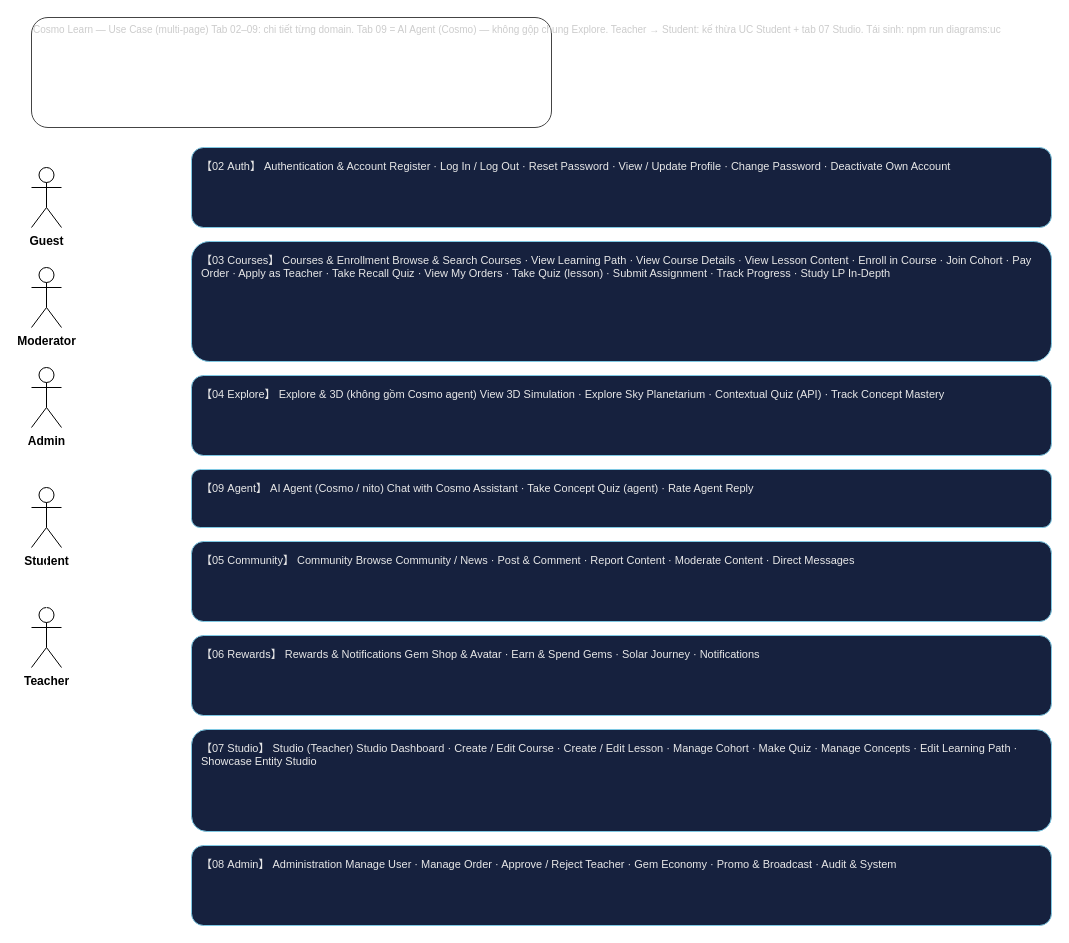
Above: page "01 Overview" (1 of 9) of docs/diagrams/UC-Diagram.drawio in quangg1/ASTRO_EDU (draw.io), before the change. Source tidied: cells renumbered, new cells numbered last; positions are measured from the earlier drawing's top-left corner, leaving out a move shared by most shapes. Both pictures are drawn from the tidied source at 100%, with x=0, y=0 at pixel (31, 17).
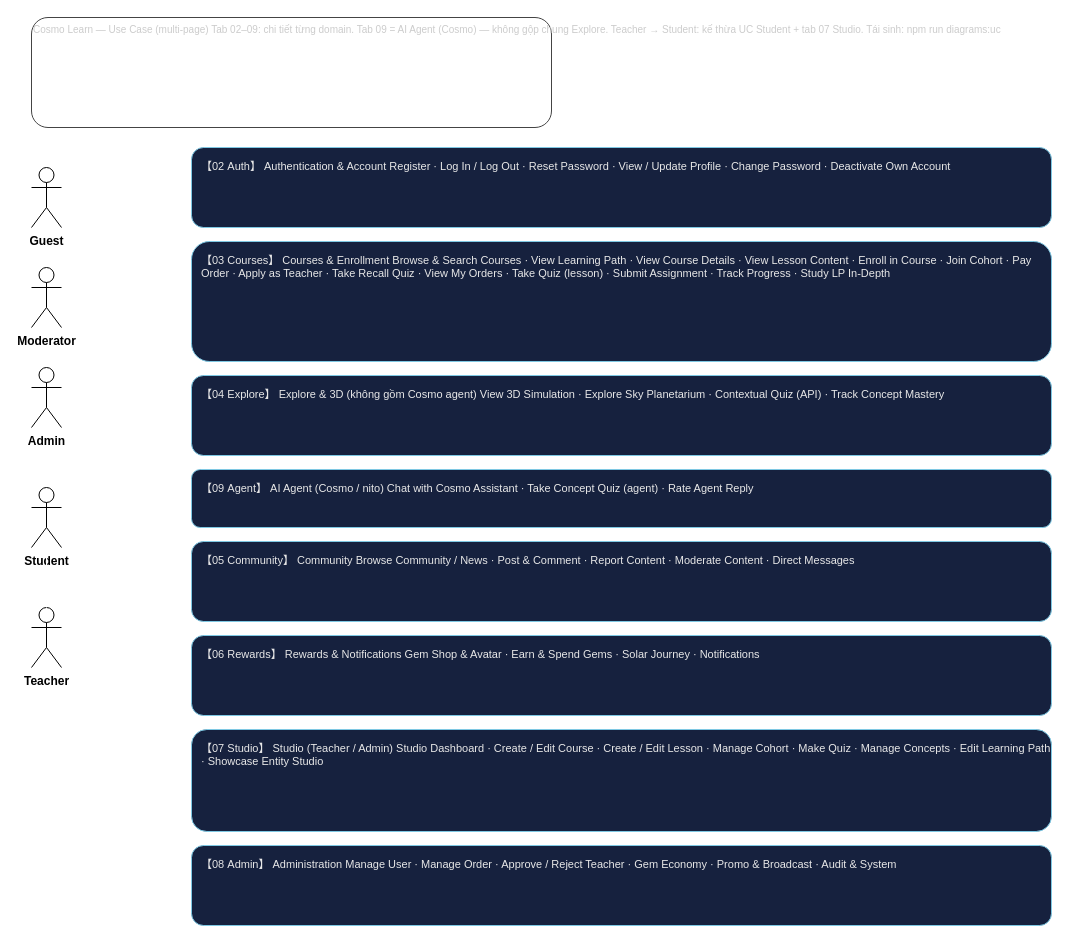
Above is the later version.

Change to the diagram source:
```diff
@@
 <mxGraphModel>
   <root>
     <mxCell id="0" />
     <mxCell id="1" parent="0" />
     <mxCell id="2" value="Cosmo Learn — Use Case (multi-page)  Tab 02–09: chi tiết từng domain. Tab 09 = AI Agent (Cosmo) — không gộp chung Explore. Teacher → Student: kế thừa UC Student + tab 07 Studio.  Tái sinh: npm run diagrams:uc" style="text;html=1;strokeColor=#444;fillColor=none;align=left;verticalAlign=top;fontSize=10;fontColor=#cccccc;rounded=1;" parent="1" vertex="1">
       <mxGeometry width="520" height="110" as="geometry" />
     </mxCell>
     <mxCell id="3" value="Guest" style="shape=umlActor;verticalLabelPosition=bottom;verticalAlign=top;html=1;fontSize=12;fontStyle=1;" parent="1" vertex="1">
       <mxGeometry y="150" width="30" height="60" as="geometry" />
     </mxCell>
     <mxCell id="4" value="Moderator" style="shape=umlActor;verticalLabelPosition=bottom;verticalAlign=top;html=1;fontSize=12;fontStyle=1;" parent="1" vertex="1">
       <mxGeometry y="250" width="30" height="60" as="geometry" />
     </mxCell>
     <mxCell id="5" value="Admin" style="shape=umlActor;verticalLabelPosition=bottom;verticalAlign=top;html=1;fontSize=12;fontStyle=1;" parent="1" vertex="1">
       <mxGeometry y="350" width="30" height="60" as="geometry" />
     </mxCell>
     <mxCell id="6" value="Student" style="shape=umlActor;verticalLabelPosition=bottom;verticalAlign=top;html=1;outlineConnect=0;fontSize=12;fontStyle=1;" parent="1" vertex="1">
       <mxGeometry y="470" width="30" height="60" as="geometry" />
     </mxCell>
     <mxCell id="7" value="Teacher" style="shape=umlActor;verticalLabelPosition=bottom;verticalAlign=top;html=1;outlineConnect=0;fontSize=12;fontStyle=1;" parent="1" vertex="1">
       <mxGeometry y="590" width="30" height="60" as="geometry" />
     </mxCell>
     <mxCell id="8" style="endArrow=block;endFill=0;html=1;edgeStyle=orthogonalEdgeStyle;rounded=0;strokeColor=#ffffff;fontSize=10;" parent="1" edge="1" source="7" target="6">
       <mxGeometry relative="1" as="geometry" />
     </mxCell>
     <mxCell id="9" value="【02 Auth】 Authentication &amp; Account Register · Log In / Log Out · Reset Password · View / Update Profile · Change Password · Deactivate Own Account" style="rounded=1;whiteSpace=wrap;html=1;fontSize=11;align=left;verticalAlign=top;fillColor=#16213e;fontColor=#e8e8e8;strokeColor=#7ec8e3;spacingLeft=8;spacingTop=6;" parent="1" vertex="1">
       <mxGeometry x="160" y="130" width="860" height="80" as="geometry" />
     </mxCell>
     <mxCell id="10" value="【03 Courses】 Courses &amp; Enrollment Browse &amp; Search Courses · View Learning Path · View Course Details · View Lesson Content · Enroll in Course · Join Cohort · Pay Order · Apply as Teacher · Take Recall Quiz · View My Orders · Take Quiz (lesson) · Submit Assignment · Track Progress · Study LP In-Depth" style="rounded=1;whiteSpace=wrap;html=1;fontSize=11;align=left;verticalAlign=top;fillColor=#16213e;fontColor=#e8e8e8;strokeColor=#7ec8e3;spacingLeft=8;spacingTop=6;" parent="1" vertex="1">
       <mxGeometry x="160" y="224" width="860" height="120" as="geometry" />
     </mxCell>
     <mxCell id="11" value="【04 Explore】 Explore &amp; 3D (không gồm Cosmo agent) View 3D Simulation · Explore Sky Planetarium · Contextual Quiz (API) · Track Concept Mastery" style="rounded=1;whiteSpace=wrap;html=1;fontSize=11;align=left;verticalAlign=top;fillColor=#16213e;fontColor=#e8e8e8;strokeColor=#7ec8e3;spacingLeft=8;spacingTop=6;" parent="1" vertex="1">
       <mxGeometry x="160" y="358" width="860" height="80" as="geometry" />
     </mxCell>
     <mxCell id="12" value="【09 Agent】 AI Agent (Cosmo / nito) Chat with Cosmo Assistant · Take Concept Quiz (agent) · Rate Agent Reply" style="rounded=1;whiteSpace=wrap;html=1;fontSize=11;align=left;verticalAlign=top;fillColor=#16213e;fontColor=#e8e8e8;strokeColor=#7ec8e3;spacingLeft=8;spacingTop=6;" parent="1" vertex="1">
       <mxGeometry x="160" y="452" width="860" height="58" as="geometry" />
     </mxCell>
     <mxCell id="13" value="【05 Community】 Community Browse Community / News · Post &amp; Comment · Report Content · Moderate Content · Direct Messages" style="rounded=1;whiteSpace=wrap;html=1;fontSize=11;align=left;verticalAlign=top;fillColor=#16213e;fontColor=#e8e8e8;strokeColor=#7ec8e3;spacingLeft=8;spacingTop=6;" parent="1" vertex="1">
       <mxGeometry x="160" y="524" width="860" height="80" as="geometry" />
     </mxCell>
     <mxCell id="14" value="【06 Rewards】 Rewards &amp; Notifications Gem Shop &amp; Avatar · Earn &amp; Spend Gems · Solar Journey · Notifications" style="rounded=1;whiteSpace=wrap;html=1;fontSize=11;align=left;verticalAlign=top;fillColor=#16213e;fontColor=#e8e8e8;strokeColor=#7ec8e3;spacingLeft=8;spacingTop=6;" parent="1" vertex="1">
       <mxGeometry x="160" y="618" width="860" height="80" as="geometry" />
     </mxCell>
-    <mxCell id="15" value="【07 Studio】 Studio (Teacher) Studio Dashboard · Create / Edit Course · Create / Edit Lesson · Manage Cohort · Make Quiz · Manage Concepts · Edit Learning Path · Showcase Entity Studio" style="rounded=1;whiteSpace=wrap;html=1;fontSize=11;align=left;verticalAlign=top;fillColor=#16213e;fontColor=#e8e8e8;strokeColor=#7ec8e3;spacingLeft=8;spacingTop=6;" parent="1" vertex="1">
+    <mxCell id="15" value="【07 Studio】 Studio (Teacher / Admin) Studio Dashboard · Create / Edit Course · Create / Edit Lesson · Manage Cohort · Make Quiz · Manage Concepts · Edit Learning Path · Showcase Entity Studio" style="rounded=1;whiteSpace=wrap;html=1;fontSize=11;align=left;verticalAlign=top;fillColor=#16213e;fontColor=#e8e8e8;strokeColor=#7ec8e3;spacingLeft=8;spacingTop=6;" parent="1" vertex="1">
       <mxGeometry x="160" y="712" width="860" height="102" as="geometry" />
     </mxCell>
     <mxCell id="16" value="【08 Admin】 Administration Manage User · Manage Order · Approve / Reject Teacher · Gem Economy · Promo &amp; Broadcast · Audit &amp; System" style="rounded=1;whiteSpace=wrap;html=1;fontSize=11;align=left;verticalAlign=top;fillColor=#16213e;fontColor=#e8e8e8;strokeColor=#7ec8e3;spacingLeft=8;spacingTop=6;" parent="1" vertex="1">
       <mxGeometry x="160" y="828" width="860" height="80" as="geometry" />
     </mxCell>
   </root>
 </mxGraphModel>
```
